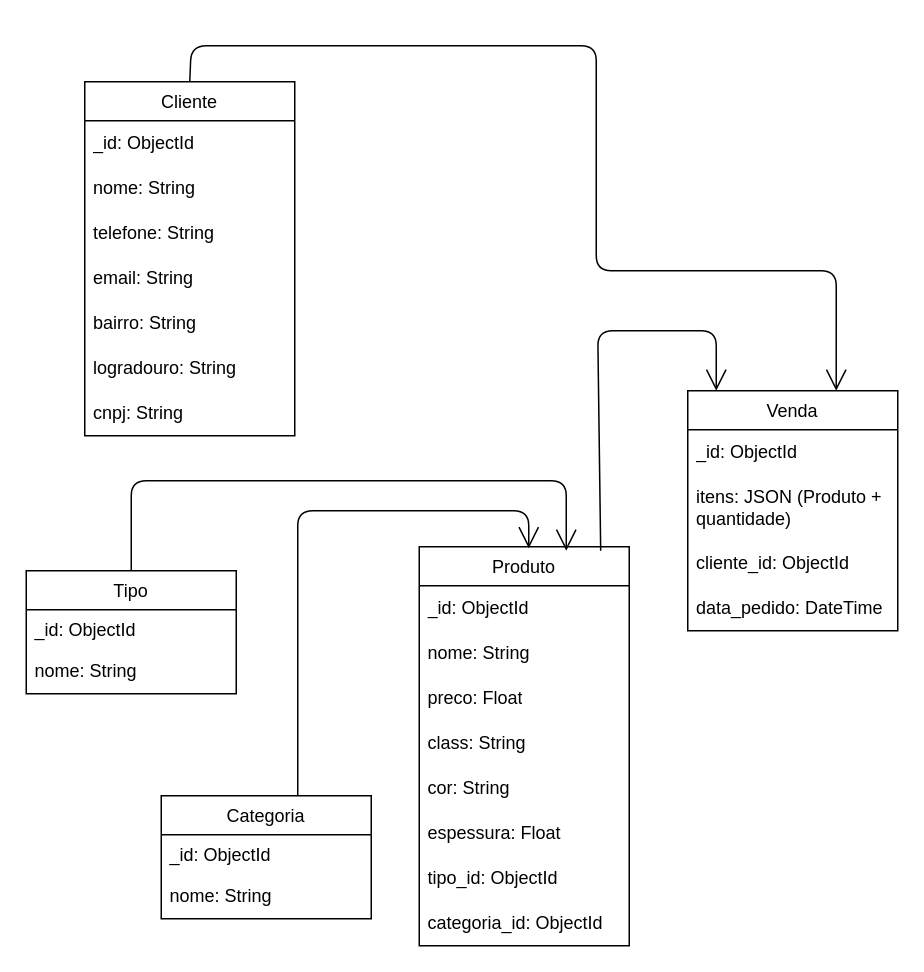
Above: Docs/MER.drawio in socratesmendes/PI-DSM-3semestre (draw.io), before the change. Source tidied: cells renumbered, new cells numbered last; positions are measured from the earlier drawing's top-left corner, leaving out a move shared by most shapes. Both pictures are drawn from the tidied source at 150%, with x=0, y=0 at pixel (26, 45).
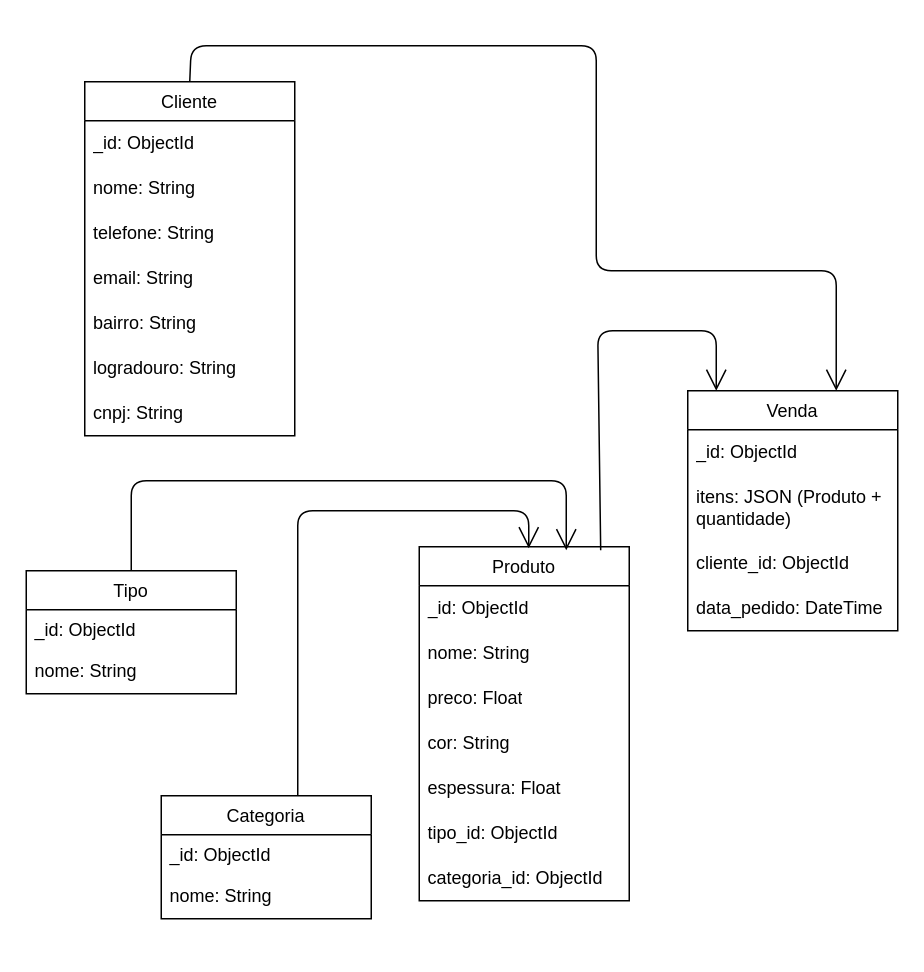
The same page after the edit.

The edit, as a diff of the source:
```diff
@@
     <mxCell id="10" value="Produto" style="swimlane;fontStyle=0;horizontal=1;startSize=26;fillColor=none;" parent="1" vertex="1">
-      <mxGeometry x="262" y="334" width="140" height="266" as="geometry" />
+      <mxGeometry x="262" y="334" width="140" height="236" as="geometry" />
     </mxCell>
@@
-    <mxCell id="14" value="class: String" style="text;strokeColor=none;fillColor=none;align=left;verticalAlign=middle;spacingLeft=4;spacingRight=4;overflow=hidden;whiteSpace=wrap;html=1;" parent="10" vertex="1">
-      <mxGeometry y="116" width="140" height="30" as="geometry" />
-    </mxCell>
     <mxCell id="15" value="cor: String" style="text;strokeColor=none;fillColor=none;align=left;verticalAlign=middle;spacingLeft=4;spacingRight=4;overflow=hidden;whiteSpace=wrap;html=1;" parent="10" vertex="1">
-      <mxGeometry y="146" width="140" height="30" as="geometry" />
+      <mxGeometry y="116" width="140" height="30" as="geometry" />
     </mxCell>
     <mxCell id="16" value="espessura: Float" style="text;strokeColor=none;fillColor=none;align=left;verticalAlign=middle;spacingLeft=4;spacingRight=4;overflow=hidden;whiteSpace=wrap;html=1;" parent="10" vertex="1">
-      <mxGeometry y="176" width="140" height="30" as="geometry" />
+      <mxGeometry y="146" width="140" height="30" as="geometry" />
     </mxCell>
     <mxCell id="17" value="tipo_id: ObjectId" style="text;strokeColor=none;fillColor=none;align=left;verticalAlign=middle;spacingLeft=4;spacingRight=4;overflow=hidden;whiteSpace=wrap;html=1;" parent="10" vertex="1">
-      <mxGeometry y="206" width="140" height="30" as="geometry" />
+      <mxGeometry y="176" width="140" height="30" as="geometry" />
     </mxCell>
     <mxCell id="18" value="categoria_id: ObjectId" style="text;strokeColor=none;fillColor=none;align=left;verticalAlign=middle;spacingLeft=4;spacingRight=4;overflow=hidden;whiteSpace=wrap;html=1;" parent="10" vertex="1">
-      <mxGeometry y="236" width="140" height="30" as="geometry" />
+      <mxGeometry y="206" width="140" height="30" as="geometry" />
     </mxCell>
```
